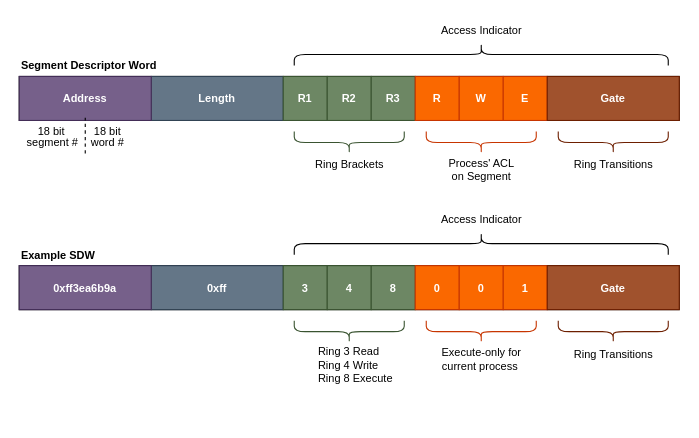
The draw.io diagram midterm/figs/drawio/sdw.drawio in willfindlay/COMP5900T-Notes, before the edit. Source tidied: cells renumbered, new cells numbered last; positions are measured from the earlier drawing's top-left corner, leaving out a move shared by most shapes. Both pictures are drawn from the tidied source at 110%, with x=0, y=0 at pixel (19, 19).
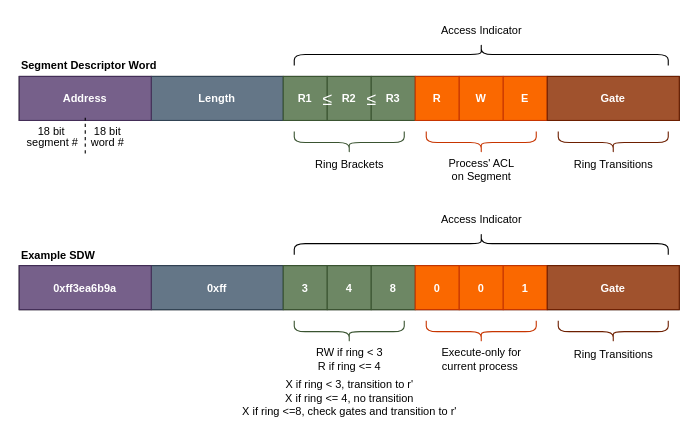
The same page after the edit.

Commit message (it also covers changes not shown here):
fix multics ring brackets

The edit, as a diff of the source:
```diff
@@
-    <mxCell id="38" value="Ring 3 Read&lt;br&gt;Ring 4 Write&lt;br&gt;Ring 8 Execute" style="text;html=1;align=left;verticalAlign=middle;fontSize=10;" parent="1" vertex="1">
-      <mxGeometry x="270" y="294" width="80" height="40" as="geometry" />
+    <mxCell id="38" value="RW if ring &amp;lt; 3&lt;br&gt;R if ring &amp;lt;= 4" style="text;html=1;align=center;verticalAlign=middle;fontSize=10;" parent="1" vertex="1">
+      <mxGeometry x="260" y="294" width="80" height="30" as="geometry" />
     </mxCell>
@@
+    <mxCell id="45" value="&lt;span style=&quot;font-size: medium ; white-space: normal&quot;&gt;&lt;font color=&quot;#ffffff&quot;&gt;≤&lt;/font&gt;&lt;/span&gt;" style="text;html=1;align=center;verticalAlign=middle;fontSize=10;" parent="1" vertex="1">
+      <mxGeometry x="270" y="62" width="20" height="20" as="geometry" />
+    </mxCell>
+    <mxCell id="46" value="&lt;span style=&quot;font-size: medium ; white-space: normal&quot;&gt;&lt;font color=&quot;#ffffff&quot;&gt;≤&lt;/font&gt;&lt;/span&gt;" style="text;html=1;align=center;verticalAlign=middle;fontSize=10;" parent="1" vertex="1">
+      <mxGeometry x="310" y="62" width="20" height="20" as="geometry" />
+    </mxCell>
+    <mxCell id="47" value="X if ring &amp;lt; 3, transition to r'&lt;br&gt;X if ring &amp;lt;= 4, no transition&lt;br&gt;X if ring &amp;lt;=8, check gates and transition to r'" style="text;html=1;align=center;verticalAlign=middle;fontSize=10;" parent="1" vertex="1">
+      <mxGeometry x="195" y="324" width="210" height="40" as="geometry" />
+    </mxCell>
```
